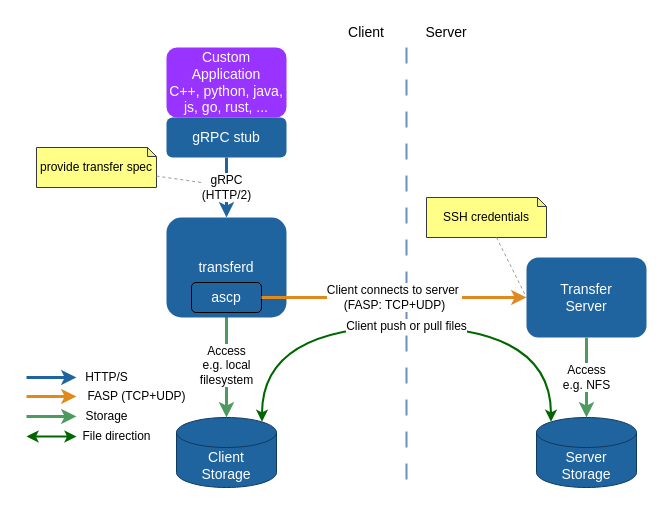
This is page "api-4" (4 of 10) of guide/images/diagrams.drawio from laurent-martin/aspera-api-examples, a draw.io file, before an edit. Source tidied: cells renumbered, new cells numbered last; positions are measured from the earlier drawing's top-left corner, leaving out a move shared by most shapes. Both pictures are drawn from the tidied source at 100%, with x=0, y=0 at pixel (26, 17).
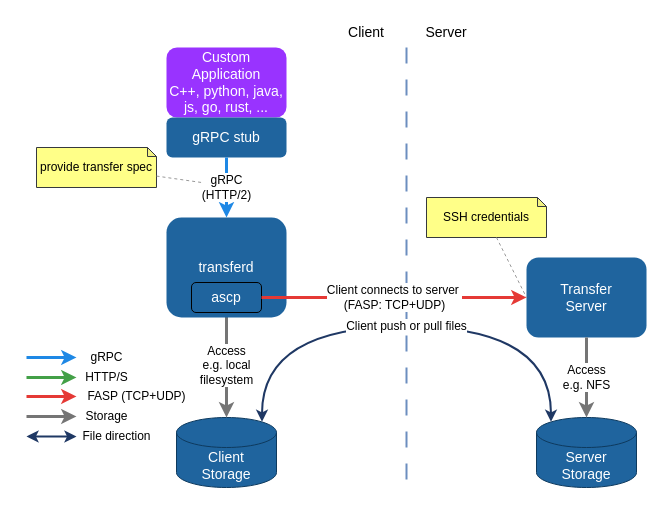
Above is the later version.

The change refers to these unchanged cells:
```xml
<mxCell id="3" value="&lt;div&gt;Transfer&lt;/div&gt;Server" style="rounded=1;whiteSpace=wrap;html=1;fillColor=#1F649E;fontColor=#ffffff;strokeColor=none;strokeWidth=2;fontSize=14;align=center;verticalAlign=middle;fontFamily=Helvetica;" parent="1" vertex="1">
  <mxGeometry x="500" y="240" width="120" height="80" as="geometry" />
</mxCell>
<mxCell id="4" value="Client&lt;div&gt;Storage&lt;/div&gt;" style="shape=cylinder3;whiteSpace=wrap;html=1;boundedLbl=1;backgroundOutline=1;size=15;fillColor=#1f649e;fontColor=#ffffff;strokeColor=#0e3a5e;fontSize=14;" parent="1" vertex="1">
  <mxGeometry x="150" y="400" width="100" height="70" as="geometry" />
</mxCell>
<mxCell id="5" value="Server&lt;div&gt;Storage&lt;/div&gt;" style="shape=cylinder3;whiteSpace=wrap;html=1;boundedLbl=1;backgroundOutline=1;size=15;fillColor=#1f649e;fontColor=#ffffff;strokeColor=#0e3a5e;fontSize=14;" parent="1" vertex="1">
  <mxGeometry x="510" y="400" width="100" height="70" as="geometry" />
</mxCell>
<mxCell id="20" value="gRPC stub" style="rounded=1;whiteSpace=wrap;html=1;fillColor=#1f649e;fontColor=#ffffff;strokeColor=none;fontSize=14;align=center;verticalAlign=middle;fontFamily=Helvetica;" parent="1" vertex="1">
  <mxGeometry x="140" y="100" width="120" height="40" as="geometry" />
</mxCell>
<mxCell id="22" value="transferd" style="rounded=1;whiteSpace=wrap;html=1;fillColor=#1f649e;fontColor=#ffffff;strokeColor=none;fontSize=14;align=center;verticalAlign=middle;fontFamily=Helvetica;" parent="1" vertex="1">
  <mxGeometry x="140" y="200" width="120" height="100" as="geometry" />
</mxCell>
<mxCell id="23" value="ascp" style="rounded=1;whiteSpace=wrap;html=1;fillColor=#1f649e;fontColor=#ffffff;strokeColor=default;fontSize=14;" parent="1" vertex="1">
  <mxGeometry x="165" y="265" width="70" height="30" as="geometry" />
</mxCell>
```

What changed in the source:
```diff
@@
-    <mxCell id="6" value="Client push or pull files" style="edgeStyle=orthogonalEdgeStyle;rounded=1;jettySize=auto;html=1;strokeWidth=2;strokeColor=#006600;fontSize=12;startArrow=classic;startFill=1;exitX=0.855;exitY=0;exitDx=0;exitDy=4.35;exitPerimeter=0;entryX=0.145;entryY=0;entryDx=0;entryDy=4.35;entryPerimeter=0;flowAnimation=0;curved=1;" parent="1" edge="1" source="4" target="5">
+    <mxCell id="6" value="Client push or pull files" style="edgeStyle=orthogonalEdgeStyle;rounded=1;jettySize=auto;html=1;strokeWidth=2;strokeColor=#1F3864;fontSize=12;startArrow=classic;startFill=1;exitX=0.855;exitY=0;exitDx=0;exitDy=4.35;exitPerimeter=0;entryX=0.145;entryY=0;entryDx=0;entryDy=4.35;entryPerimeter=0;flowAnimation=0;curved=1;" parent="1" edge="1" source="4" target="5">
       <mxGeometry relative="1" as="geometry">
         <Array as="points">
           <mxPoint x="236" y="309" />
           <mxPoint x="525" y="309" />
         </Array>
       </mxGeometry>
     </mxCell>
-    <mxCell id="7" value="Access&lt;br&gt;e.g. local&lt;div&gt;filesystem&lt;/div&gt;" style="edgeStyle=orthogonalEdgeStyle;rounded=0;jettySize=auto;html=1;strokeWidth=3;strokeColor=#4C9A5E;fontSize=12;exitX=0.5;exitY=1;exitDx=0;exitDy=0;entryX=0.5;entryY=0;entryDx=0;entryDy=0;entryPerimeter=0;" parent="1" edge="1" source="23" target="4">
+    <mxCell id="7" value="Access&lt;br&gt;e.g. local&lt;div&gt;filesystem&lt;/div&gt;" style="edgeStyle=orthogonalEdgeStyle;rounded=0;jettySize=auto;html=1;strokeWidth=3;strokeColor=#757575;fontSize=12;exitX=0.5;exitY=1;exitDx=0;exitDy=0;entryX=0.5;entryY=0;entryDx=0;entryDy=0;entryPerimeter=0;" parent="1" edge="1" source="23" target="4">
       <mxGeometry relative="1" as="geometry" />
     </mxCell>
-    <mxCell id="8" value="Access&lt;div&gt;e.g. NFS&lt;/div&gt;" style="edgeStyle=orthogonalEdgeStyle;rounded=0;jettySize=auto;html=1;strokeWidth=3;strokeColor=#4C9A5E;fontSize=12;exitX=0.5;exitY=1;exitDx=0;exitDy=0;entryX=0.5;entryY=0;entryDx=0;entryDy=0;entryPerimeter=0;" parent="1" edge="1" source="3" target="5">
+    <mxCell id="8" value="Access&lt;div&gt;e.g. NFS&lt;/div&gt;" style="edgeStyle=orthogonalEdgeStyle;rounded=0;jettySize=auto;html=1;strokeWidth=3;strokeColor=#757575;fontSize=12;exitX=0.5;exitY=1;exitDx=0;exitDy=0;entryX=0.5;entryY=0;entryDx=0;entryDy=0;entryPerimeter=0;" parent="1" edge="1" source="3" target="5">
       <mxGeometry relative="1" as="geometry" />
     </mxCell>
-    <mxCell id="9" value="FASP (TCP+UDP)" style="edgeStyle=orthogonalEdgeStyle;rounded=0;orthogonalLoop=1;jettySize=auto;html=1;strokeWidth=3;strokeColor=#E08A1E;fontSize=12;labelBackgroundColor=default;" parent="1" edge="1">
+    <mxCell id="9" value="FASP (TCP+UDP)" style="edgeStyle=orthogonalEdgeStyle;rounded=0;orthogonalLoop=1;jettySize=auto;html=1;strokeWidth=3;strokeColor=#E53935;fontSize=12;labelBackgroundColor=default;" parent="1" edge="1">
       <mxGeometry x="1" y="60" relative="1" as="geometry">
         <mxPoint y="379" as="sourcePoint" />
         <mxPoint x="50" y="379" as="targetPoint" />
         <mxPoint x="60" y="60" as="offset" />
       </mxGeometry>
     </mxCell>
-    <mxCell id="10" value="&lt;span&gt;Storage&lt;/span&gt;" style="edgeStyle=orthogonalEdgeStyle;rounded=0;orthogonalLoop=1;jettySize=auto;html=1;strokeWidth=3;strokeColor=#4C9A5E;fontSize=12;labelBackgroundColor=default;" parent="1" edge="1">
+    <mxCell id="10" value="&lt;span&gt;Storage&lt;/span&gt;" style="edgeStyle=orthogonalEdgeStyle;rounded=0;orthogonalLoop=1;jettySize=auto;html=1;strokeWidth=3;strokeColor=#757575;fontSize=12;labelBackgroundColor=default;" parent="1" edge="1">
       <mxGeometry x="1" y="30" relative="1" as="geometry">
         <mxPoint y="399" as="sourcePoint" />
         <mxPoint x="50" y="399" as="targetPoint" />
         <mxPoint x="30" y="30" as="offset" />
       </mxGeometry>
     </mxCell>
-    <mxCell id="11" value="File direction" style="rounded=1;orthogonalLoop=1;jettySize=auto;html=1;strokeWidth=2;strokeColor=#006600;fontSize=12;startArrow=classic;startFill=1;exitX=0.855;exitY=0;exitDx=0;exitDy=4.35;exitPerimeter=0;flowAnimation=0;" parent="1" edge="1">
+    <mxCell id="11" value="File direction" style="rounded=1;orthogonalLoop=1;jettySize=auto;html=1;strokeWidth=2;strokeColor=#1F3864;fontSize=12;startArrow=classic;startFill=1;exitX=0.855;exitY=0;exitDx=0;exitDy=4.35;exitPerimeter=0;flowAnimation=0;" parent="1" edge="1">
       <mxGeometry x="1" y="40" relative="1" as="geometry">
         <mxPoint y="419" as="sourcePoint" />
         <mxPoint x="50" y="419" as="targetPoint" />
         <mxPoint x="40" y="40" as="offset" />
       </mxGeometry>
     </mxCell>
-    <mxCell id="12" value="HTTP/S" style="rounded=0;orthogonalLoop=1;jettySize=auto;html=1;strokeWidth=3;strokeColor=#1F649E;fontSize=12;" parent="1" edge="1">
+    <mxCell id="12" value="HTTP/S" style="rounded=0;orthogonalLoop=1;jettySize=auto;html=1;strokeWidth=3;strokeColor=#43A047;fontSize=12;" parent="1" edge="1">
       <mxGeometry x="1" y="30" relative="1" as="geometry">
         <mxPoint y="360" as="sourcePoint" />
         <mxPoint x="50" y="360" as="targetPoint" />
         <mxPoint x="30" y="30" as="offset" />
       </mxGeometry>
     </mxCell>
+    <mxCell id="25" value="gRPC" style="rounded=0;orthogonalLoop=1;jettySize=auto;html=1;strokeWidth=3;strokeColor=#1E88E5;fontSize=12;" parent="1" edge="1">
+      <mxGeometry x="1" y="30" relative="1" as="geometry">
+        <mxPoint y="340" as="sourcePoint" />
+        <mxPoint x="50" y="340" as="targetPoint" />
+        <mxPoint x="30" y="30" as="offset" />
+      </mxGeometry>
+    </mxCell>
@@
-    <mxCell id="21" value="&lt;div&gt;gRPC&lt;/div&gt;&lt;div&gt;(HTTP/2)&lt;/div&gt;" style="edgeStyle=orthogonalEdgeStyle;rounded=0;jettySize=auto;html=1;strokeWidth=3;strokeColor=#1F649E;fontSize=12;align=center;verticalAlign=middle;fontFamily=Helvetica;fontColor=default;labelBackgroundColor=default;endArrow=classic;exitX=0.5;exitY=1;exitDx=0;exitDy=0;entryX=0.5;entryY=0;entryDx=0;entryDy=0;" parent="1" edge="1" source="20" target="22">
+    <mxCell id="21" value="&lt;div&gt;gRPC&lt;/div&gt;&lt;div&gt;(HTTP/2)&lt;/div&gt;" style="edgeStyle=orthogonalEdgeStyle;rounded=0;jettySize=auto;html=1;strokeWidth=3;strokeColor=#1E88E5;fontSize=12;align=center;verticalAlign=middle;fontFamily=Helvetica;fontColor=default;labelBackgroundColor=default;endArrow=classic;exitX=0.5;exitY=1;exitDx=0;exitDy=0;entryX=0.5;entryY=0;entryDx=0;entryDy=0;" parent="1" edge="1" source="20" target="22">
       <mxGeometry relative="1" as="geometry" />
     </mxCell>
@@
-    <mxCell id="24" value="Client connects to server&amp;nbsp;&lt;div&gt;(FASP: TCP+UDP)&lt;/div&gt;" style="edgeStyle=orthogonalEdgeStyle;rounded=0;jettySize=auto;html=1;strokeWidth=3;strokeColor=#E08A1E;fontSize=12;exitX=1;exitY=0.5;exitDx=0;exitDy=0;" parent="1" edge="1" source="23" target="3">
+    <mxCell id="24" value="Client connects to server&amp;nbsp;&lt;div&gt;(FASP: TCP+UDP)&lt;/div&gt;" style="edgeStyle=orthogonalEdgeStyle;rounded=0;jettySize=auto;html=1;strokeWidth=3;strokeColor=#E53935;fontSize=12;exitX=1;exitY=0.5;exitDx=0;exitDy=0;" parent="1" edge="1" source="23" target="3">
       <mxGeometry relative="1" as="geometry" />
     </mxCell>
```
